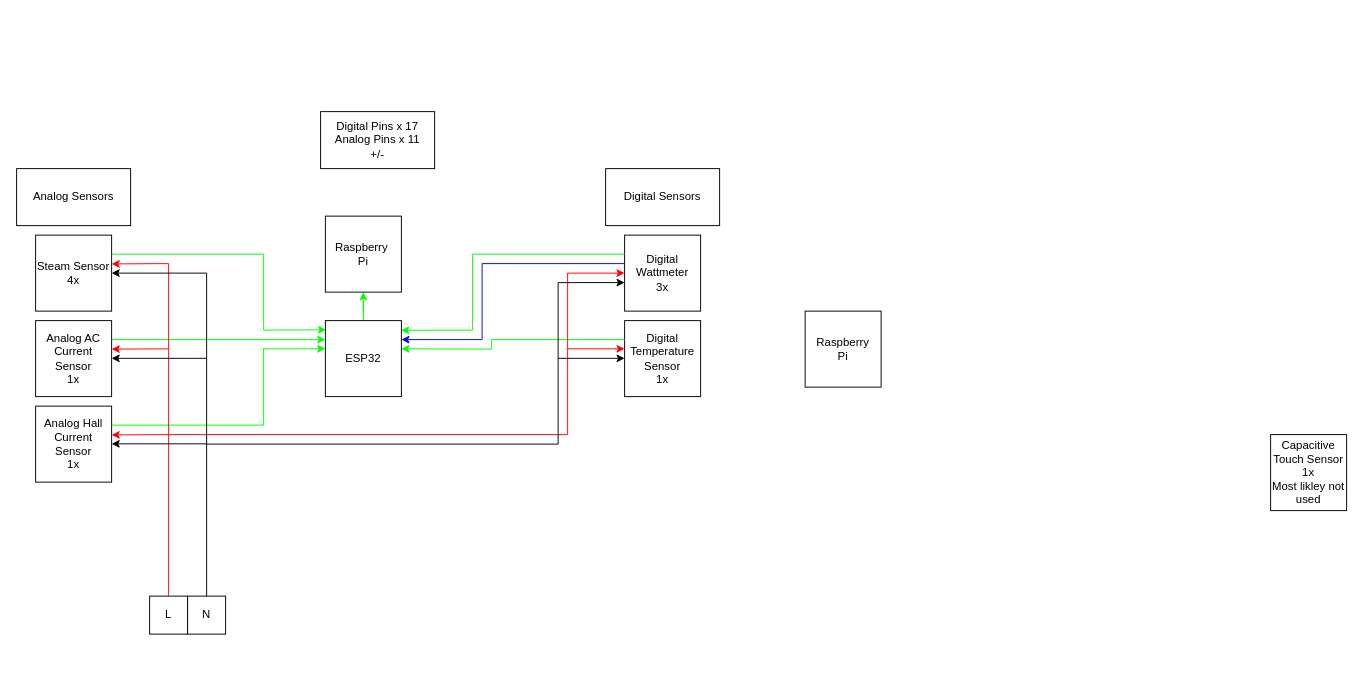
This is diagrams/Untitled Diagram.drawio from martintara/kaffeknekt, a draw.io file, before an edit. Source tidied: cells renumbered, new cells numbered last; positions are measured from the earlier drawing's top-left corner, leaving out a move shared by most shapes. Both pictures are drawn from the tidied source at 95%, with x=0, y=0 at pixel (16, 111).
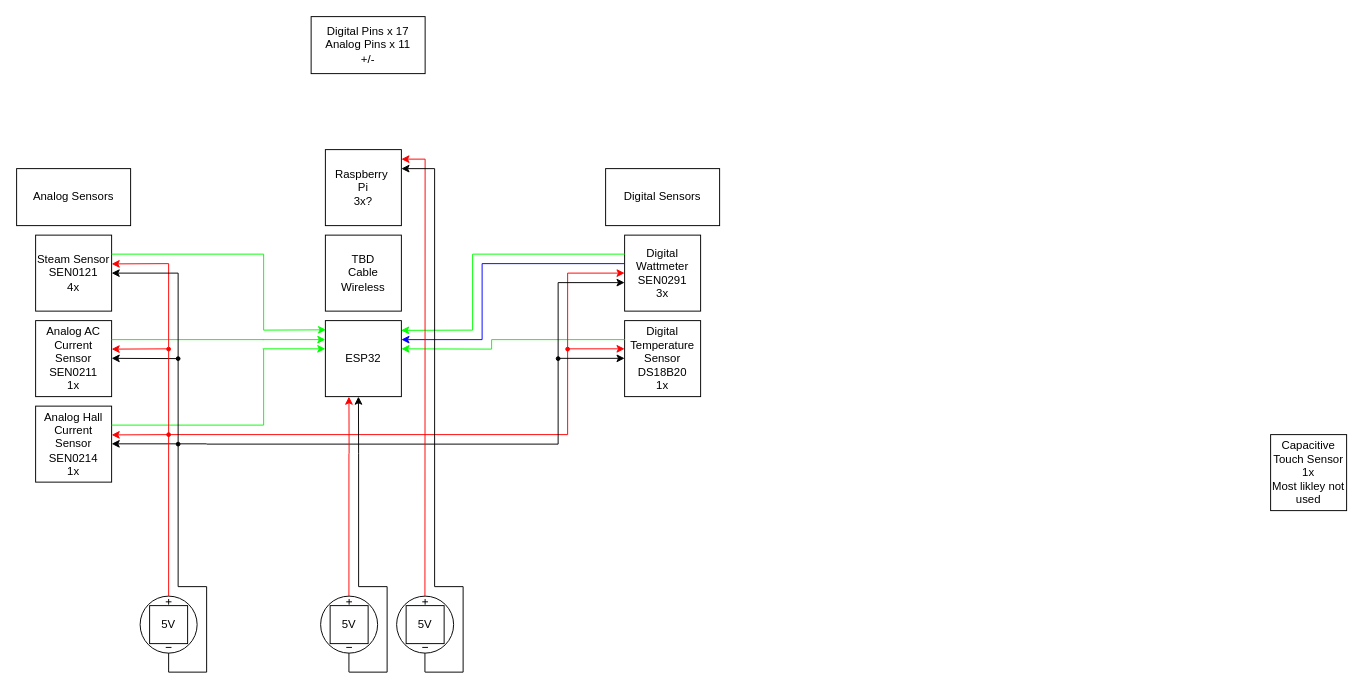
The same page after the edit.

The change refers to these unchanged cells:
```xml
<mxCell id="12" value="ESP32" style="whiteSpace=wrap;html=1;" parent="1" vertex="1">
  <mxGeometry x="325" y="220" width="80" height="80" as="geometry" />
</mxCell>
```

Change to the diagram source:
```diff
@@
-    <mxCell id="2" value="Raspberry &lt;br&gt;Pi" style="whiteSpace=wrap;html=1;" parent="1" vertex="1">
-      <mxGeometry x="830" y="210" width="80" height="80" as="geometry" />
-    </mxCell>
-    <mxCell id="3" value="Steam Sensor&lt;br&gt;4x" style="whiteSpace=wrap;html=1;" parent="1" vertex="1">
+    <mxCell id="3" value="Steam Sensor&lt;div&gt;SEN0121&lt;br&gt;4x&lt;/div&gt;" style="whiteSpace=wrap;html=1;" parent="1" vertex="1">
       <mxGeometry x="20" y="130" width="80" height="80" as="geometry" />
     </mxCell>
@@
-    <mxCell id="6" value="Analog AC Current Sensor&lt;div&gt;1x&lt;/div&gt;" style="whiteSpace=wrap;html=1;" parent="1" vertex="1">
+    <mxCell id="6" value="Analog AC Current Sensor&lt;div&gt;SEN0211&lt;br&gt;&lt;div&gt;1x&lt;/div&gt;&lt;/div&gt;" style="whiteSpace=wrap;html=1;" parent="1" vertex="1">
       <mxGeometry x="20" y="220" width="80" height="80" as="geometry" />
     </mxCell>
-    <mxCell id="7" value="Analog Hall Current Sensor&lt;div&gt;1x&lt;/div&gt;" style="whiteSpace=wrap;html=1;" parent="1" vertex="1">
+    <mxCell id="7" value="Analog Hall Current Sensor&lt;div&gt;SEN0214&lt;br&gt;&lt;div&gt;1x&lt;/div&gt;&lt;/div&gt;" style="whiteSpace=wrap;html=1;" parent="1" vertex="1">
       <mxGeometry x="20" y="310" width="80" height="80" as="geometry" />
     </mxCell>
-    <mxCell id="8" value="Digital Wattmeter&lt;div&gt;3x&lt;/div&gt;" style="whiteSpace=wrap;html=1;" parent="1" vertex="1">
+    <mxCell id="8" value="Digital Wattmeter&lt;div&gt;SEN0291&lt;br&gt;&lt;div&gt;3x&lt;/div&gt;&lt;/div&gt;" style="whiteSpace=wrap;html=1;" parent="1" vertex="1">
       <mxGeometry x="640" y="130" width="80" height="80" as="geometry" />
     </mxCell>
-    <mxCell id="9" value="Digital Temperature Sensor&lt;div&gt;1x&lt;/div&gt;" style="whiteSpace=wrap;html=1;" parent="1" vertex="1">
+    <mxCell id="9" value="Digital Temperature Sensor&lt;div&gt;DS18B20&lt;br&gt;&lt;div&gt;1x&lt;/div&gt;&lt;/div&gt;" style="whiteSpace=wrap;html=1;" parent="1" vertex="1">
       <mxGeometry x="640" y="220" width="80" height="80" as="geometry" />
     </mxCell>
@@
-    <mxCell id="11" style="edgeStyle=orthogonalEdgeStyle;rounded=0;jettySize=auto;html=1;strokeColor=light-dark(#00FF00,#FFFFFF);" parent="1" edge="1" source="12" target="31">
-      <mxGeometry relative="1" as="geometry" />
-    </mxCell>
@@
     <mxCell id="13" value="Digital Pins x 17&lt;div&gt;Analog Pins x 11&lt;/div&gt;&lt;div&gt;+/-&lt;/div&gt;" style="rounded=0;whiteSpace=wrap;html=1;" parent="1" vertex="1">
-      <mxGeometry x="320" width="120" height="60" as="geometry" />
+      <mxGeometry x="310" y="-100" width="120" height="60" as="geometry" />
     </mxCell>
@@
-    <mxCell id="31" value="Raspberry&amp;nbsp;&lt;div&gt;Pi&lt;/div&gt;" style="whiteSpace=wrap;html=1;" parent="1" vertex="1">
-      <mxGeometry x="325" y="110" width="80" height="80" as="geometry" />
+    <mxCell id="31" value="Raspberry&amp;nbsp;&lt;div&gt;Pi&lt;/div&gt;&lt;div&gt;3x?&lt;/div&gt;" style="whiteSpace=wrap;html=1;" parent="1" vertex="1">
+      <mxGeometry x="325" y="40" width="80" height="80" as="geometry" />
     </mxCell>
-    <mxCell id="32" value="L" style="whiteSpace=wrap;html=1;" parent="1" vertex="1">
-      <mxGeometry x="140" y="510" width="40" height="40" as="geometry" />
-    </mxCell>
-    <mxCell id="33" value="N" style="whiteSpace=wrap;html=1;" parent="1" vertex="1">
-      <mxGeometry x="180" y="510" width="40" height="40" as="geometry" />
-    </mxCell>
-    <mxCell id="34" style="endArrow=none;html=1;rounded=0;strokeColor=light-dark(#FF0000,#FFFFFF);" parent="1" edge="1">
+    <mxCell id="34" style="endArrow=none;html=1;rounded=0;strokeColor=light-dark(#FF0000,#FFFFFF);" parent="1" edge="1" source="70">
       <mxGeometry relative="1" as="geometry">
-        <mxPoint x="160" y="510" as="sourcePoint" />
         <mxPoint x="160" y="160" as="targetPoint" />
       </mxGeometry>
     </mxCell>
@@
     <mxCell id="42" style="endArrow=none;html=1;rounded=0;" parent="1" edge="1">
       <mxGeometry relative="1" as="geometry">
-        <mxPoint x="200" y="510" as="sourcePoint" />
-        <mxPoint x="200" y="170" as="targetPoint" />
+        <mxPoint x="170" y="500" as="sourcePoint" />
+        <mxPoint x="170" y="170" as="targetPoint" />
       </mxGeometry>
     </mxCell>
     <mxCell id="43" style="endArrow=classic;html=1;rounded=0;entryX=1;entryY=0.5;entryDx=0;entryDy=0;" parent="1" edge="1" target="3">
       <mxGeometry relative="1" as="geometry">
-        <mxPoint x="200" y="170" as="sourcePoint" />
+        <mxPoint x="170" y="170" as="sourcePoint" />
       </mxGeometry>
     </mxCell>
     <mxCell id="44" style="endArrow=classic;html=1;rounded=0;entryX=1;entryY=0.5;entryDx=0;entryDy=0;" parent="1" edge="1">
       <mxGeometry relative="1" as="geometry">
-        <mxPoint x="200" y="259.7" as="sourcePoint" />
+        <mxPoint x="170" y="260" as="sourcePoint" />
         <mxPoint x="100" y="259.7" as="targetPoint" />
       </mxGeometry>
     </mxCell>
@@
+    <mxCell id="50" value="TBD&lt;div&gt;Cable&lt;/div&gt;&lt;div&gt;Wireless&lt;/div&gt;" style="whiteSpace=wrap;html=1;" parent="1" vertex="1">
+      <mxGeometry x="325" y="130" width="80" height="80" as="geometry" />
+    </mxCell>
+    <mxCell id="51" style="verticalLabelPosition=bottom;shadow=0;dashed=0;align=center;html=1;verticalAlign=top;shape=mxgraph.electrical.signal_sources.source;elSignalType=dc3;" parent="1" vertex="1">
+      <mxGeometry x="130" y="510" width="60" height="60" as="geometry" />
+    </mxCell>
+    <mxCell id="52" style="endArrow=none;html=1;rounded=0;" parent="1" edge="1">
+      <mxGeometry relative="1" as="geometry">
+        <mxPoint x="200" y="590" as="sourcePoint" />
+        <mxPoint x="160" y="590" as="targetPoint" />
+      </mxGeometry>
+    </mxCell>
+    <mxCell id="53" style="endArrow=none;html=1;rounded=0;" parent="1" edge="1">
+      <mxGeometry relative="1" as="geometry">
+        <mxPoint x="160" y="590" as="sourcePoint" />
+        <mxPoint x="160" y="570" as="targetPoint" />
+      </mxGeometry>
+    </mxCell>
+    <mxCell id="54" style="verticalLabelPosition=bottom;shadow=0;dashed=0;align=center;html=1;verticalAlign=top;shape=mxgraph.electrical.signal_sources.source;elSignalType=dc3;" parent="1" vertex="1">
+      <mxGeometry x="320" y="510" width="60" height="60" as="geometry" />
+    </mxCell>
+    <mxCell id="55" style="endArrow=none;html=1;rounded=0;strokeColor=light-dark(#FF0000,#FFFFFF);" parent="1" edge="1">
+      <mxGeometry relative="1" as="geometry">
+        <mxPoint x="349.8" y="510" as="sourcePoint" />
+        <mxPoint x="349.8" y="360" as="targetPoint" />
+      </mxGeometry>
+    </mxCell>
+    <mxCell id="56" style="endArrow=none;html=1;rounded=0;" parent="1" edge="1">
+      <mxGeometry relative="1" as="geometry">
+        <mxPoint x="200" y="500" as="sourcePoint" />
+        <mxPoint x="170" y="500" as="targetPoint" />
+      </mxGeometry>
+    </mxCell>
+    <mxCell id="57" style="endArrow=none;html=1;rounded=0;" parent="1" edge="1">
+      <mxGeometry relative="1" as="geometry">
+        <mxPoint x="200" y="590" as="sourcePoint" />
+        <mxPoint x="200" y="500" as="targetPoint" />
+      </mxGeometry>
+    </mxCell>
+    <mxCell id="58" style="endArrow=none;html=1;rounded=0;" parent="1" edge="1">
+      <mxGeometry relative="1" as="geometry">
+        <mxPoint x="390" y="590" as="sourcePoint" />
+        <mxPoint x="350" y="590" as="targetPoint" />
+      </mxGeometry>
+    </mxCell>
+    <mxCell id="59" style="endArrow=none;html=1;rounded=0;" parent="1" edge="1">
+      <mxGeometry relative="1" as="geometry">
+        <mxPoint x="349.8" y="590" as="sourcePoint" />
+        <mxPoint x="349.8" y="570" as="targetPoint" />
+      </mxGeometry>
+    </mxCell>
+    <mxCell id="60" style="endArrow=none;html=1;rounded=0;" parent="1" edge="1">
+      <mxGeometry relative="1" as="geometry">
+        <mxPoint x="390" y="590" as="sourcePoint" />
+        <mxPoint x="390" y="500" as="targetPoint" />
+      </mxGeometry>
+    </mxCell>
+    <mxCell id="61" style="endArrow=none;html=1;rounded=0;" parent="1" edge="1">
+      <mxGeometry relative="1" as="geometry">
+        <mxPoint x="360" y="500" as="sourcePoint" />
+        <mxPoint x="390" y="500" as="targetPoint" />
+      </mxGeometry>
+    </mxCell>
+    <mxCell id="62" style="endArrow=none;html=1;rounded=0;" parent="1" edge="1">
+      <mxGeometry relative="1" as="geometry">
+        <mxPoint x="360" y="500" as="sourcePoint" />
+        <mxPoint x="360" y="360" as="targetPoint" />
+      </mxGeometry>
+    </mxCell>
+    <mxCell id="63" style="endArrow=classic;html=1;rounded=0;strokeColor=light-dark(#FF0000,#FFFFFF);" parent="1" edge="1">
+      <mxGeometry relative="1" as="geometry">
+        <mxPoint x="350" y="360" as="sourcePoint" />
+        <mxPoint x="349.8" y="300" as="targetPoint" />
+      </mxGeometry>
+    </mxCell>
+    <mxCell id="64" style="endArrow=classic;html=1;rounded=0;" parent="1" edge="1">
+      <mxGeometry relative="1" as="geometry">
+        <mxPoint x="360" y="360" as="sourcePoint" />
+        <mxPoint x="359.8" y="300" as="targetPoint" />
+      </mxGeometry>
+    </mxCell>
+    <mxCell id="65" style="ellipse;whiteSpace=wrap;html=1;strokeColor=light-dark(#000000,#FFFFFF);fillColor=light-dark(#000000,#FFFFFF);" parent="1" vertex="1">
+      <mxGeometry x="168" y="258" width="4" height="4" as="geometry" />
+    </mxCell>
+    <mxCell id="66" style="ellipse;whiteSpace=wrap;html=1;strokeColor=light-dark(#000000,#FFFFFF);fillColor=light-dark(#000000,#FFFFFF);" parent="1" vertex="1">
+      <mxGeometry x="168" y="348" width="4" height="4" as="geometry" />
+    </mxCell>
+    <mxCell id="67" style="ellipse;whiteSpace=wrap;html=1;strokeColor=light-dark(#000000,#FFFFFF);fillColor=light-dark(#000000,#FFFFFF);" parent="1" vertex="1">
+      <mxGeometry x="568" y="258" width="4" height="4" as="geometry" />
+    </mxCell>
+    <mxCell id="68" style="ellipse;whiteSpace=wrap;html=1;strokeColor=light-dark(#FF0000,#FFFFFF);fillColor=light-dark(#FF0000,#FFFFFF);" parent="1" vertex="1">
+      <mxGeometry x="578" y="248" width="4" height="4" as="geometry" />
+    </mxCell>
+    <mxCell id="69" style="endArrow=none;html=1;rounded=0;strokeColor=light-dark(#FF0000,#FFFFFF);" parent="1" edge="1" target="70">
+      <mxGeometry relative="1" as="geometry">
+        <mxPoint x="160" y="510" as="sourcePoint" />
+      </mxGeometry>
+    </mxCell>
+    <mxCell id="70" style="ellipse;whiteSpace=wrap;html=1;strokeColor=light-dark(#FF0000,#FFFFFF);fillColor=light-dark(#FF0000,#FFFFFF);" parent="1" vertex="1">
+      <mxGeometry x="158" y="248" width="4" height="4" as="geometry" />
+    </mxCell>
+    <mxCell id="71" style="ellipse;whiteSpace=wrap;html=1;strokeColor=light-dark(#FF0000,#FFFFFF);fillColor=light-dark(#FF0000,#FFFFFF);" parent="1" vertex="1">
+      <mxGeometry x="158" y="338" width="4" height="4" as="geometry" />
+    </mxCell>
+    <mxCell id="72" style="verticalLabelPosition=bottom;shadow=0;dashed=0;align=center;html=1;verticalAlign=top;shape=mxgraph.electrical.signal_sources.source;elSignalType=dc3;" parent="1" vertex="1">
+      <mxGeometry x="400" y="510" width="60" height="60" as="geometry" />
+    </mxCell>
+    <mxCell id="73" style="endArrow=none;html=1;rounded=0;strokeColor=light-dark(#FF0000,#FFFFFF);" parent="1" edge="1">
+      <mxGeometry relative="1" as="geometry">
+        <mxPoint x="429.8" y="510" as="sourcePoint" />
+        <mxPoint x="430" y="50" as="targetPoint" />
+      </mxGeometry>
+    </mxCell>
+    <mxCell id="74" style="endArrow=none;html=1;rounded=0;" parent="1" edge="1">
+      <mxGeometry relative="1" as="geometry">
+        <mxPoint x="470" y="590" as="sourcePoint" />
+        <mxPoint x="430" y="590" as="targetPoint" />
+      </mxGeometry>
+    </mxCell>
+    <mxCell id="75" style="endArrow=none;html=1;rounded=0;" parent="1" edge="1">
+      <mxGeometry relative="1" as="geometry">
+        <mxPoint x="429.8" y="590" as="sourcePoint" />
+        <mxPoint x="429.8" y="570" as="targetPoint" />
+      </mxGeometry>
+    </mxCell>
+    <mxCell id="76" style="endArrow=none;html=1;rounded=0;" parent="1" edge="1">
+      <mxGeometry relative="1" as="geometry">
+        <mxPoint x="470" y="590" as="sourcePoint" />
+        <mxPoint x="470" y="500" as="targetPoint" />
+      </mxGeometry>
+    </mxCell>
+    <mxCell id="77" style="endArrow=none;html=1;rounded=0;" parent="1" edge="1">
+      <mxGeometry relative="1" as="geometry">
+        <mxPoint x="440" y="500" as="sourcePoint" />
+        <mxPoint x="470" y="500" as="targetPoint" />
+      </mxGeometry>
+    </mxCell>
+    <mxCell id="78" style="endArrow=none;html=1;rounded=0;" parent="1" edge="1">
+      <mxGeometry relative="1" as="geometry">
+        <mxPoint x="440" y="500" as="sourcePoint" />
+        <mxPoint x="440" y="60" as="targetPoint" />
+      </mxGeometry>
+    </mxCell>
+    <mxCell id="79" style="endArrow=classic;html=1;rounded=0;" parent="1" edge="1">
+      <mxGeometry relative="1" as="geometry">
+        <mxPoint x="440" y="60" as="sourcePoint" />
+        <mxPoint x="405" y="60" as="targetPoint" />
+      </mxGeometry>
+    </mxCell>
+    <mxCell id="80" style="endArrow=classic;html=1;rounded=0;strokeColor=light-dark(#FF0000,#FFFFFF);" parent="1" edge="1">
+      <mxGeometry relative="1" as="geometry">
+        <mxPoint x="430" y="50" as="sourcePoint" />
+        <mxPoint x="405" y="50" as="targetPoint" />
+      </mxGeometry>
+    </mxCell>
+    <mxCell id="81" value="5V" style="rounded=0;whiteSpace=wrap;html=1;" parent="1" vertex="1">
+      <mxGeometry x="140" y="520" width="40" height="40" as="geometry" />
+    </mxCell>
+    <mxCell id="82" value="5V" style="rounded=0;whiteSpace=wrap;html=1;" parent="1" vertex="1">
+      <mxGeometry x="330" y="520" width="40" height="40" as="geometry" />
+    </mxCell>
+    <mxCell id="83" value="5V" style="rounded=0;whiteSpace=wrap;html=1;" parent="1" vertex="1">
+      <mxGeometry x="410" y="520" width="40" height="40" as="geometry" />
+    </mxCell>
```
